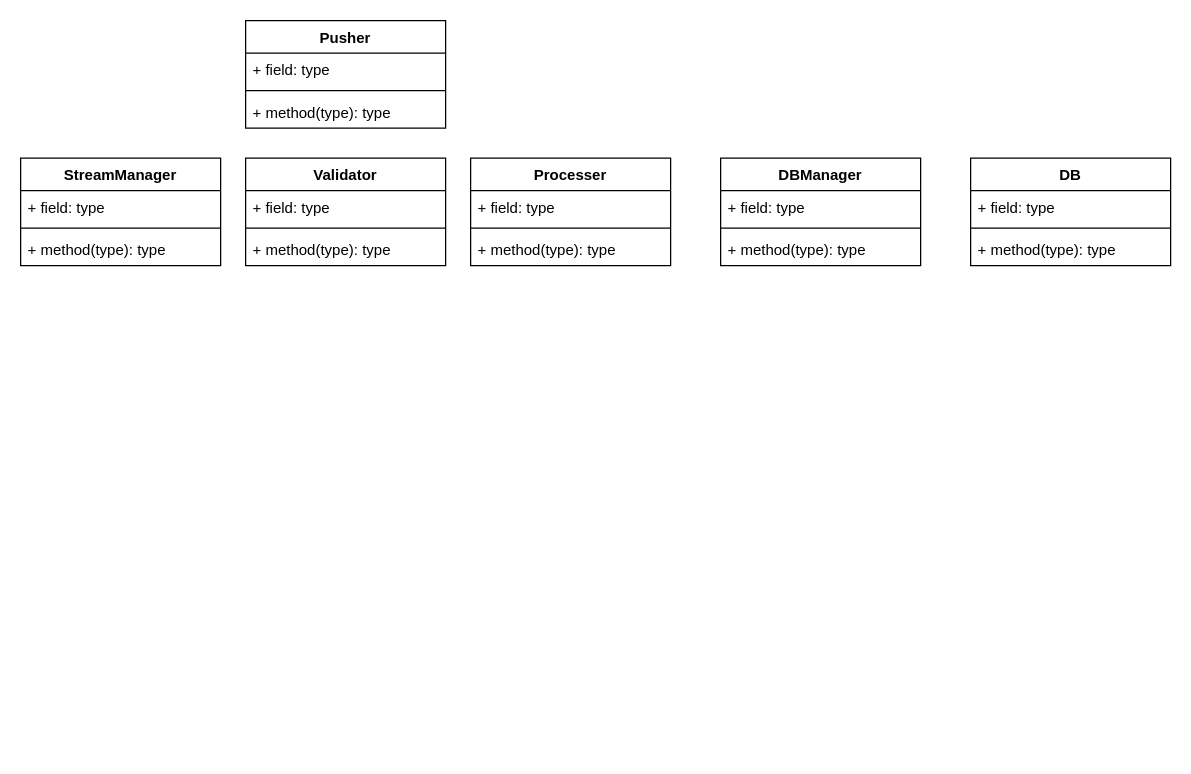
Earlier version of the draw.io diagram alldat.drawio (hyeon95y/alldat). Source tidied: cells renumbered, new cells numbered last; positions are measured from the earlier drawing's top-left corner, leaving out a move shared by most shapes. Both pictures are drawn from the tidied source at 125%, with x=0, y=0 at pixel (20, 20).
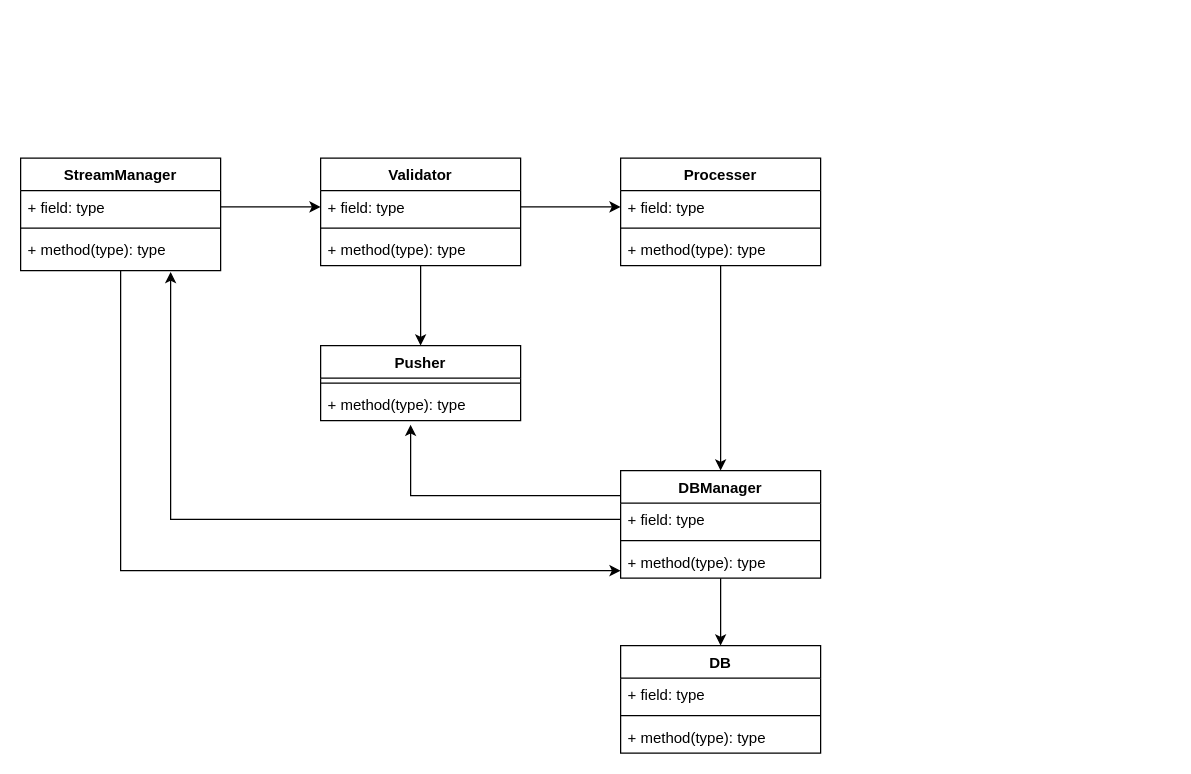
After the change.

Unchanged cells that the change refers to:
```xml
<mxCell id="3" value="+ field: type" style="text;strokeColor=none;fillColor=none;align=left;verticalAlign=top;spacingLeft=4;spacingRight=4;overflow=hidden;points=[[0,0.5],[1,0.5]];portConstraint=eastwest;" parent="2" vertex="1">
  <mxGeometry y="26" width="160" height="26" as="geometry" />
</mxCell>
<mxCell id="7" value="+ field: type" style="text;strokeColor=none;fillColor=none;align=left;verticalAlign=top;spacingLeft=4;spacingRight=4;overflow=hidden;points=[[0,0.5],[1,0.5]];portConstraint=eastwest;" parent="6" vertex="1">
  <mxGeometry y="26" width="160" height="26" as="geometry" />
</mxCell>
<mxCell id="11" value="+ field: type" style="text;strokeColor=none;fillColor=none;align=left;verticalAlign=top;spacingLeft=4;spacingRight=4;overflow=hidden;points=[[0,0.5],[1,0.5]];portConstraint=eastwest;" parent="10" vertex="1">
  <mxGeometry y="26" width="160" height="26" as="geometry" />
</mxCell>
<mxCell id="23" value="+ field: type" style="text;strokeColor=none;fillColor=none;align=left;verticalAlign=top;spacingLeft=4;spacingRight=4;overflow=hidden;points=[[0,0.5],[1,0.5]];portConstraint=eastwest;" parent="22" vertex="1">
  <mxGeometry y="26" width="160" height="26" as="geometry" />
</mxCell>
```

Change to the diagram source:
```diff
@@
+    <mxCell id="26" style="edgeStyle=orthogonalEdgeStyle;rounded=0;jettySize=auto;html=1;entryX=0.5;entryY=0;entryDx=0;entryDy=0;" parent="1" edge="1" source="2" target="18">
+      <mxGeometry relative="1" as="geometry" />
+    </mxCell>
+    <mxCell id="27" style="edgeStyle=orthogonalEdgeStyle;rounded=0;jettySize=auto;html=1;entryX=0.45;entryY=1.128;entryDx=0;entryDy=0;entryPerimeter=0;" parent="1" edge="1" source="2" target="17">
+      <mxGeometry relative="1" as="geometry">
+        <Array as="points">
+          <mxPoint x="312" y="380" />
+        </Array>
+      </mxGeometry>
+    </mxCell>
     <mxCell id="2" value="DBManager&#10;" style="swimlane;fontStyle=1;align=center;verticalAlign=top;horizontal=1;startSize=26;" parent="1" vertex="1">
-      <mxGeometry x="560" y="110" width="160" height="86" as="geometry" />
+      <mxGeometry x="480" y="360" width="160" height="86" as="geometry" />
     </mxCell>
@@
+    <mxCell id="28" style="edgeStyle=orthogonalEdgeStyle;rounded=0;jettySize=auto;html=1;" parent="1" edge="1" source="6">
+      <mxGeometry relative="1" as="geometry">
+        <mxPoint x="480" y="440" as="targetPoint" />
+        <Array as="points">
+          <mxPoint x="80" y="440" />
+          <mxPoint x="480" y="440" />
+        </Array>
+      </mxGeometry>
+    </mxCell>
     <mxCell id="6" value="StreamManager" style="swimlane;fontStyle=1;align=center;verticalAlign=top;horizontal=1;startSize=26;" parent="1" vertex="1">
-      <mxGeometry y="110" width="160" height="86" as="geometry" />
+      <mxGeometry y="110" width="160" height="90" as="geometry" />
     </mxCell>
@@
     <mxCell id="9" value="+ method(type): type" style="text;strokeColor=none;fillColor=none;align=left;verticalAlign=top;spacingLeft=4;spacingRight=4;overflow=hidden;" parent="6" vertex="1">
-      <mxGeometry y="60" width="160" height="26" as="geometry" />
+      <mxGeometry y="60" width="160" height="30" as="geometry" />
     </mxCell>
+    <mxCell id="29" style="edgeStyle=orthogonalEdgeStyle;rounded=0;jettySize=auto;html=1;entryX=0.5;entryY=0;entryDx=0;entryDy=0;" parent="1" edge="1" source="10" target="14">
+      <mxGeometry relative="1" as="geometry" />
+    </mxCell>
     <mxCell id="10" value="Validator" style="swimlane;fontStyle=1;align=center;verticalAlign=top;horizontal=1;startSize=26;" parent="1" vertex="1">
-      <mxGeometry x="180" y="110" width="160" height="86" as="geometry" />
+      <mxGeometry x="240" y="110" width="160" height="86" as="geometry" />
     </mxCell>
@@
     <mxCell id="14" value="Pusher" style="swimlane;fontStyle=1;align=center;verticalAlign=top;horizontal=1;startSize=26;" parent="1" vertex="1">
-      <mxGeometry x="180" width="160" height="86" as="geometry" />
+      <mxGeometry x="240" y="260" width="160" height="60" as="geometry" />
     </mxCell>
-    <mxCell id="15" value="+ field: type" style="text;strokeColor=none;fillColor=none;align=left;verticalAlign=top;spacingLeft=4;spacingRight=4;overflow=hidden;" parent="14" vertex="1">
-      <mxGeometry y="26" width="160" height="26" as="geometry" />
-    </mxCell>
     <mxCell id="16" style="line;strokeWidth=1;fillColor=none;align=left;verticalAlign=middle;spacingTop=-1;spacingLeft=3;spacingRight=3;labelPosition=right;" parent="14" vertex="1">
-      <mxGeometry y="52" width="160" height="8" as="geometry" />
+      <mxGeometry y="26" width="160" height="8" as="geometry" />
     </mxCell>
     <mxCell id="17" value="+ method(type): type" style="text;strokeColor=none;fillColor=none;align=left;verticalAlign=top;spacingLeft=4;spacingRight=4;overflow=hidden;points=[[0,0.5],[1,0.5]];portConstraint=eastwest;" parent="14" vertex="1">
-      <mxGeometry y="60" width="160" height="26" as="geometry" />
+      <mxGeometry y="34" width="160" height="26" as="geometry" />
     </mxCell>
     <mxCell id="18" value="DB" style="swimlane;fontStyle=1;align=center;verticalAlign=top;horizontal=1;startSize=26;" parent="1" vertex="1">
-      <mxGeometry x="760" y="110" width="160" height="86" as="geometry" />
+      <mxGeometry x="480" y="500" width="160" height="86" as="geometry" />
     </mxCell>
@@
+    <mxCell id="30" style="edgeStyle=orthogonalEdgeStyle;rounded=0;jettySize=auto;html=1;entryX=0.5;entryY=0;entryDx=0;entryDy=0;" parent="1" edge="1" source="22" target="2">
+      <mxGeometry relative="1" as="geometry" />
+    </mxCell>
     <mxCell id="22" value="Processer" style="swimlane;fontStyle=1;align=center;verticalAlign=top;horizontal=1;startSize=26;" parent="1" vertex="1">
-      <mxGeometry x="360" y="110" width="160" height="86" as="geometry" />
+      <mxGeometry x="480" y="110" width="160" height="86" as="geometry" />
     </mxCell>
@@
+    <mxCell id="31" style="edgeStyle=orthogonalEdgeStyle;rounded=0;jettySize=auto;html=1;" parent="1" edge="1" source="3">
+      <mxGeometry relative="1" as="geometry">
+        <mxPoint x="120" y="201" as="targetPoint" />
+        <Array as="points">
+          <mxPoint x="120" y="399" />
+          <mxPoint x="120" y="201" />
+        </Array>
+      </mxGeometry>
+    </mxCell>
+    <mxCell id="32" style="edgeStyle=orthogonalEdgeStyle;rounded=0;jettySize=auto;html=1;entryX=0;entryY=0.5;entryDx=0;entryDy=0;" parent="1" edge="1" source="7" target="11">
+      <mxGeometry relative="1" as="geometry" />
+    </mxCell>
+    <mxCell id="33" style="edgeStyle=orthogonalEdgeStyle;rounded=0;jettySize=auto;html=1;" parent="1" edge="1" source="11" target="23">
+      <mxGeometry relative="1" as="geometry" />
+    </mxCell>
```
